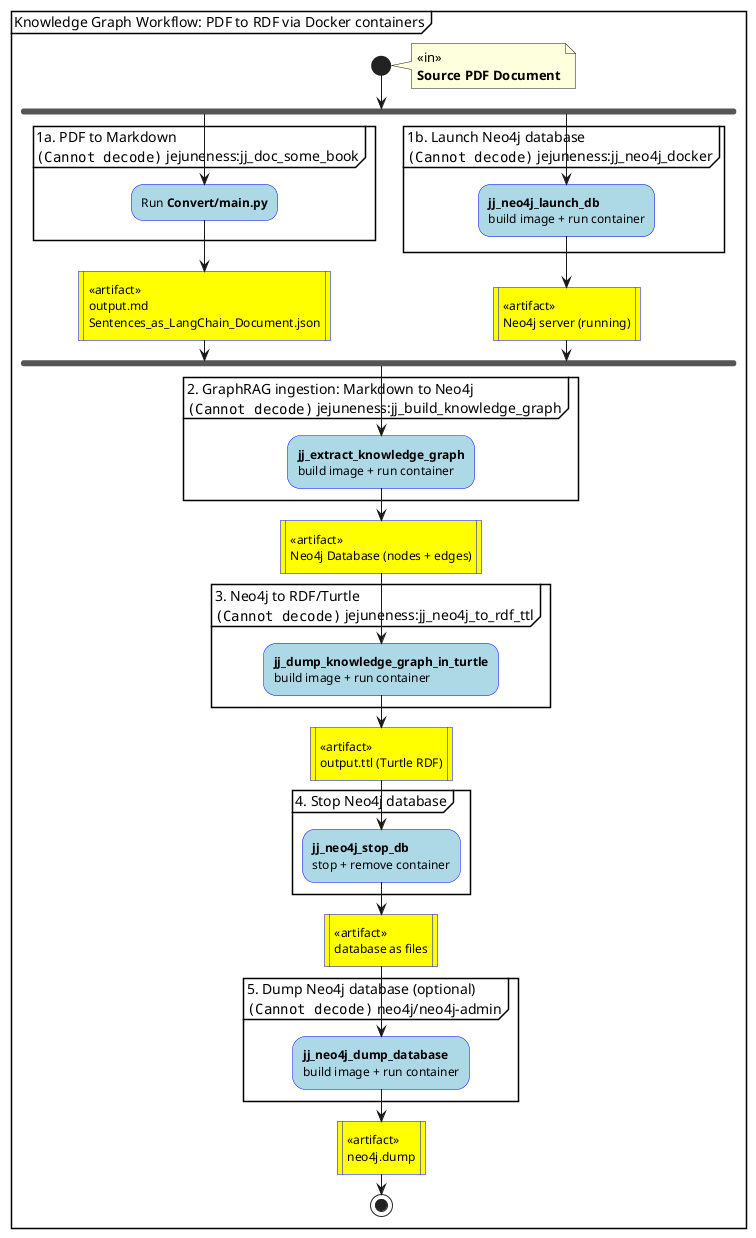
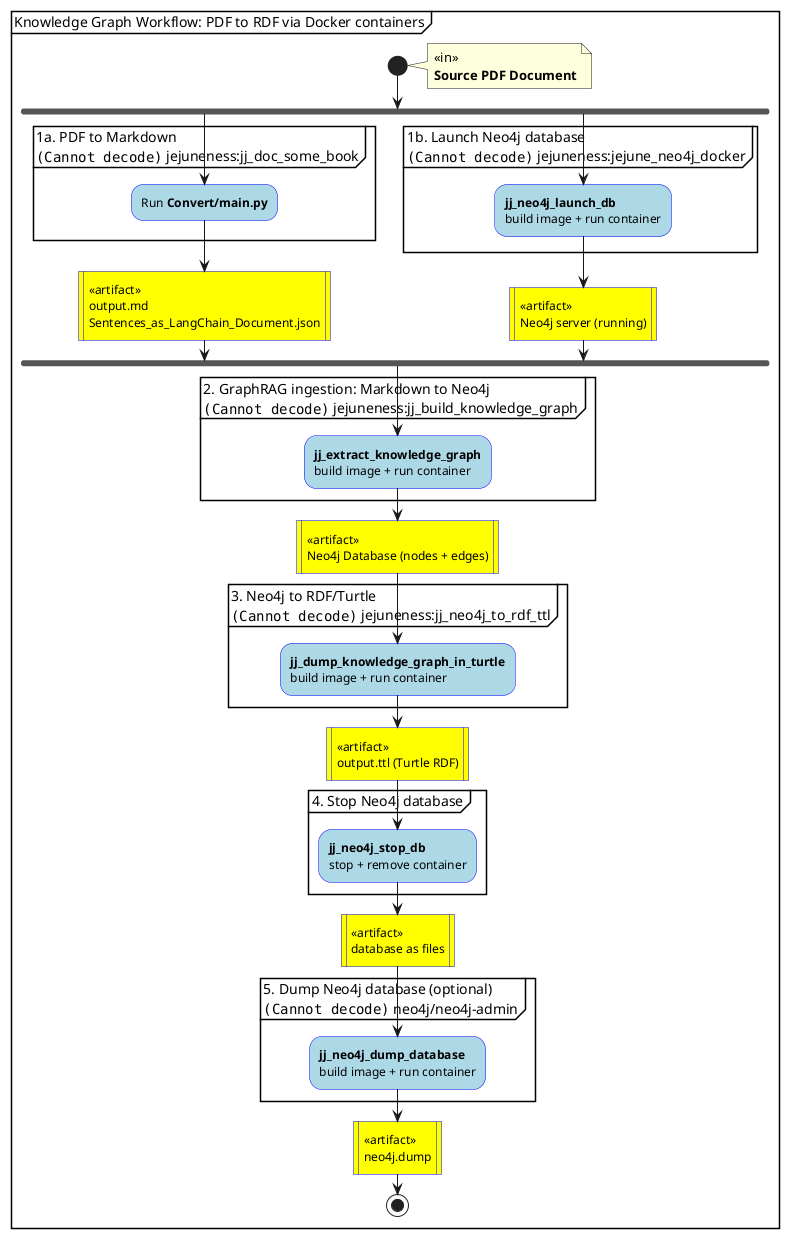
@startuml

skinparam activity {
  BackgroundColor #LightBlue
  BorderColor #Blue
}

partition "Knowledge Graph Workflow: PDF to RDF via Docker containers" {

  start
  note right : <<in>>\n**Source PDF Document**

  fork
    partition "1a. PDF to Markdown\n<img:docker_flaticon_919853_24.png> jejuneness:jj_doc_some_book" {
      :Run **Convert/main.py**;
    }

    #Yellow:<<artifact>>\noutput.md\nSentences_as_LangChain_Document.json|

  fork again

-     partition "1b. Launch Neo4j database\n<img:docker_flaticon_919853_24.png> jejuneness:jj_neo4j_docker" {
+     partition "1b. Launch Neo4j database\n<img:docker_flaticon_919853_24.png> jejuneness:jejune_neo4j_docker" {
      :**jj_neo4j_launch_db**\nbuild image + run container;
    }

    #Yellow:<<artifact>>\nNeo4j server (running)|

  end fork

  partition "2. GraphRAG ingestion: Markdown to Neo4j\n<img:docker_flaticon_919853_24.png> jejuneness:jj_build_knowledge_graph" {
    :**jj_extract_knowledge_graph**\nbuild image + run container;
  }

  #Yellow:<<artifact>>\nNeo4j Database (nodes + edges)|

  partition "3. Neo4j to RDF/Turtle\n<img:docker_flaticon_919853_24.png> jejuneness:jj_neo4j_to_rdf_ttl" {
    :**jj_dump_knowledge_graph_in_turtle**\nbuild image + run container;
  }

  #Yellow:<<artifact>>\noutput.ttl (Turtle RDF)|

  partition "4. Stop Neo4j database" {
    :**jj_neo4j_stop_db**\nstop + remove container;
  }

  #Yellow:<<artifact>>\ndatabase as files|

  partition "5. Dump Neo4j database (optional)\n<img:docker_flaticon_919853_24.png> neo4j/neo4j-admin" {
    :**jj_neo4j_dump_database**\nbuild image + run container;
  }

  #Yellow:<<artifact>>\nneo4j.dump|

  stop

}

@enduml
